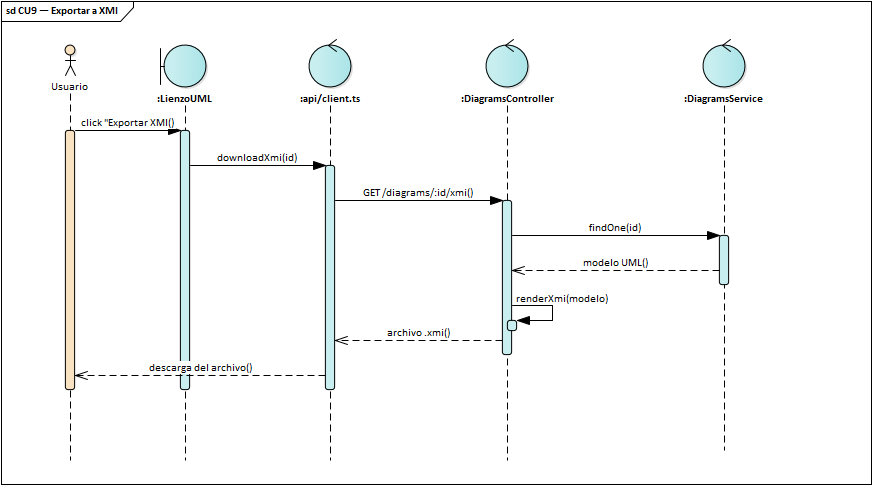
luisfernandoAngulo28/generador_diagrama_clases_uml keeps this PlantUML diagram as docs/diagrams/ea/img/ciclo1/seq_cu9.png. Above is the earlier version. Its source is kept beside it as docs/diagrams/1er_parcial/seq_cu9.plantuml.
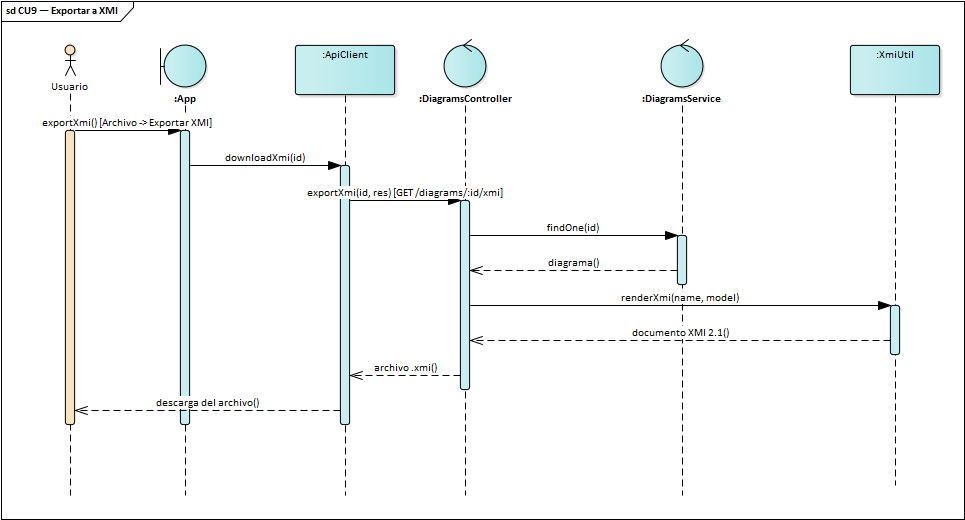
After the change.

The edit, as a diff of the source:
```diff
@@ -1,17 +1,19 @@
 @startuml seq_cu9
 !include ../2do_parcial/pud/_seq.iuml
-title CU9 — Exportar a XMI\n<size:11>Diagrama de Secuencia · UML 2.5.1 · Ciclo 1 (1er Parcial)</size>
-actor "Usuario" as U
-boundary ":LienzoUML" as L
-control ":api/client.ts" as A
-control ":DiagramsController" as DC
-control ":DiagramsService" as DS
-U -> L : click "Exportar XMI"
-L -> A : downloadXmi(id)
-A -> DC : GET /diagrams/:id/xmi
-DC -> DS : findOne(id)
-DS --> DC : modelo UML
-DC -> DC : renderXmi(modelo)
-DC --> A : archivo .xmi
-A --> U : descarga del archivo
+title CU9 — Exportar a XMI\n<size:11>Diagrama de Secuencia · UML 2.5.1 · Ciclo 1 · cada mensaje es una operación de la clase que lo recibe</size>
+actor Usuario as U
+boundary ":App" as A
+participant ":ApiClient" as API
+control ":DiagramsController" as C
+control ":DiagramsService" as S
+participant ":XmiUtil" as X
+U -> A : exportXmi() [Archivo → Exportar XMI]
+A -> API : downloadXmi(id)
+API -> C : exportXmi(id, res) [GET /diagrams/:id/xmi]
+C -> S : findOne(id)
+S --> C : diagrama
+C -> X : renderXmi(name, model)
+X --> C : documento XMI 2.1
+C --> API : archivo .xmi
+API --> U : descarga del archivo
 @enduml
```
